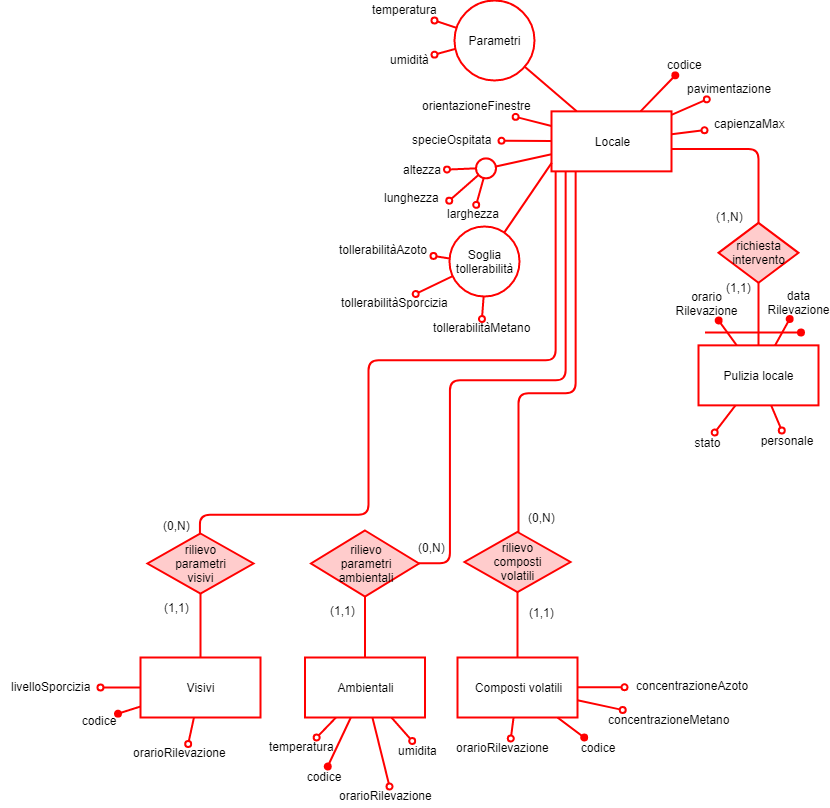
Above: operazioni/schemi_parziali/operazione-5.png in glmquint/Farmhouse (draw.io), before the change. Source tidied: cells renumbered, new cells last; positions are measured from the earlier drawing's top-left corner, leaving out a move shared by most shapes.
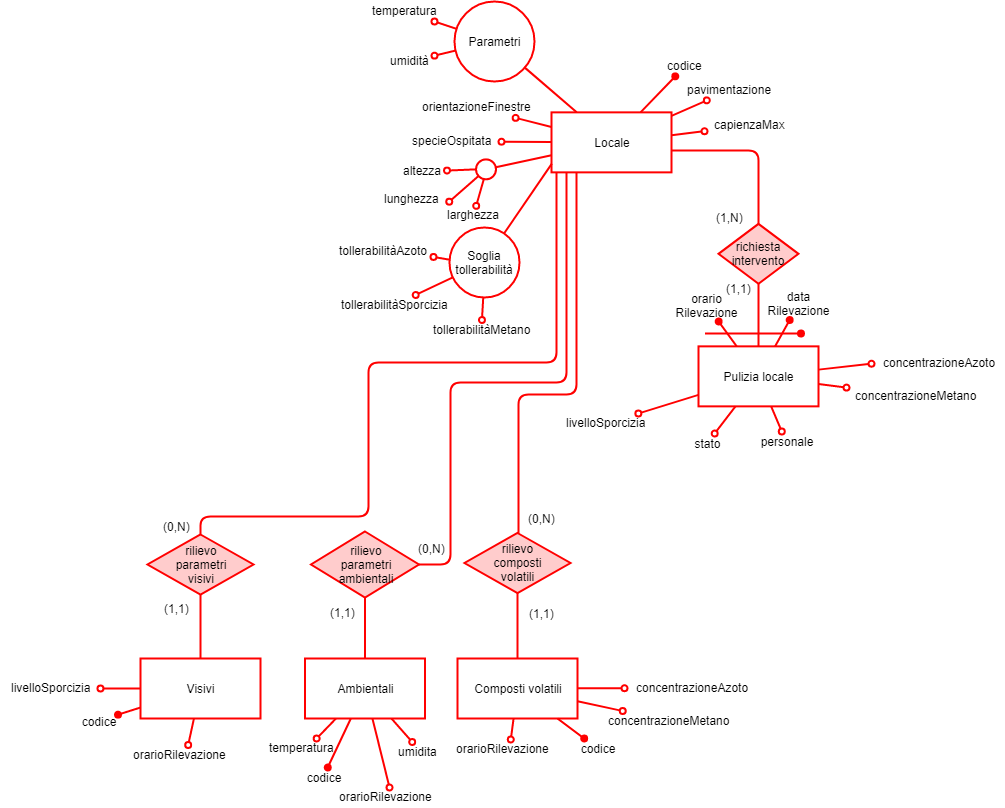
Above is the later version.

The edit, as a diff of the source:
```diff
@@ -298,5 +298,25 @@
         </Array>
       </mxGeometry>
     </mxCell>
+    <mxCell id="90" style="edgeStyle=none;rounded=1;jettySize=auto;html=1;endArrow=oval;endFill=0;fillColor=#000000;strokeColor=#FF0000;strokeWidth=2;" parent="1" edge="1" source="8" target="91">
+      <mxGeometry relative="1" as="geometry" />
+    </mxCell>
+    <mxCell id="91" value="livelloSporcizia" style="text;html=1;points=[];align=center;verticalAlign=top;spacingTop=-4;" parent="1" vertex="1">
+      <mxGeometry x="555.5" y="412" width="100" height="20" as="geometry" />
+    </mxCell>
+    <mxCell id="92" style="edgeStyle=none;rounded=1;jettySize=auto;html=1;endArrow=oval;endFill=0;fillColor=#000000;strokeColor=#FF0000;strokeWidth=2;" parent="1" edge="1" source="8">
+      <mxGeometry relative="1" as="geometry">
+        <mxPoint x="871" y="362.2" as="targetPoint" />
+      </mxGeometry>
+    </mxCell>
+    <mxCell id="93" style="edgeStyle=none;rounded=1;jettySize=auto;html=1;endArrow=oval;endFill=0;fillColor=#000000;strokeColor=#FF0000;strokeWidth=2;" parent="1" edge="1" source="8" target="94">
+      <mxGeometry relative="1" as="geometry" />
+    </mxCell>
+    <mxCell id="94" value="concentrazioneMetano" style="text;html=1;points=[];align=center;verticalAlign=top;spacingTop=-4;" parent="1" vertex="1">
+      <mxGeometry x="846" y="385" width="140" height="20" as="geometry" />
+    </mxCell>
+    <mxCell id="95" value="concentrazioneAzoto" style="text;html=1;align=center;verticalAlign=top;spacingTop=-4;" parent="1" vertex="1">
+      <mxGeometry x="874" y="352" width="130" height="20" as="geometry" />
+    </mxCell>
   </root>
 </mxGraphModel>
```
